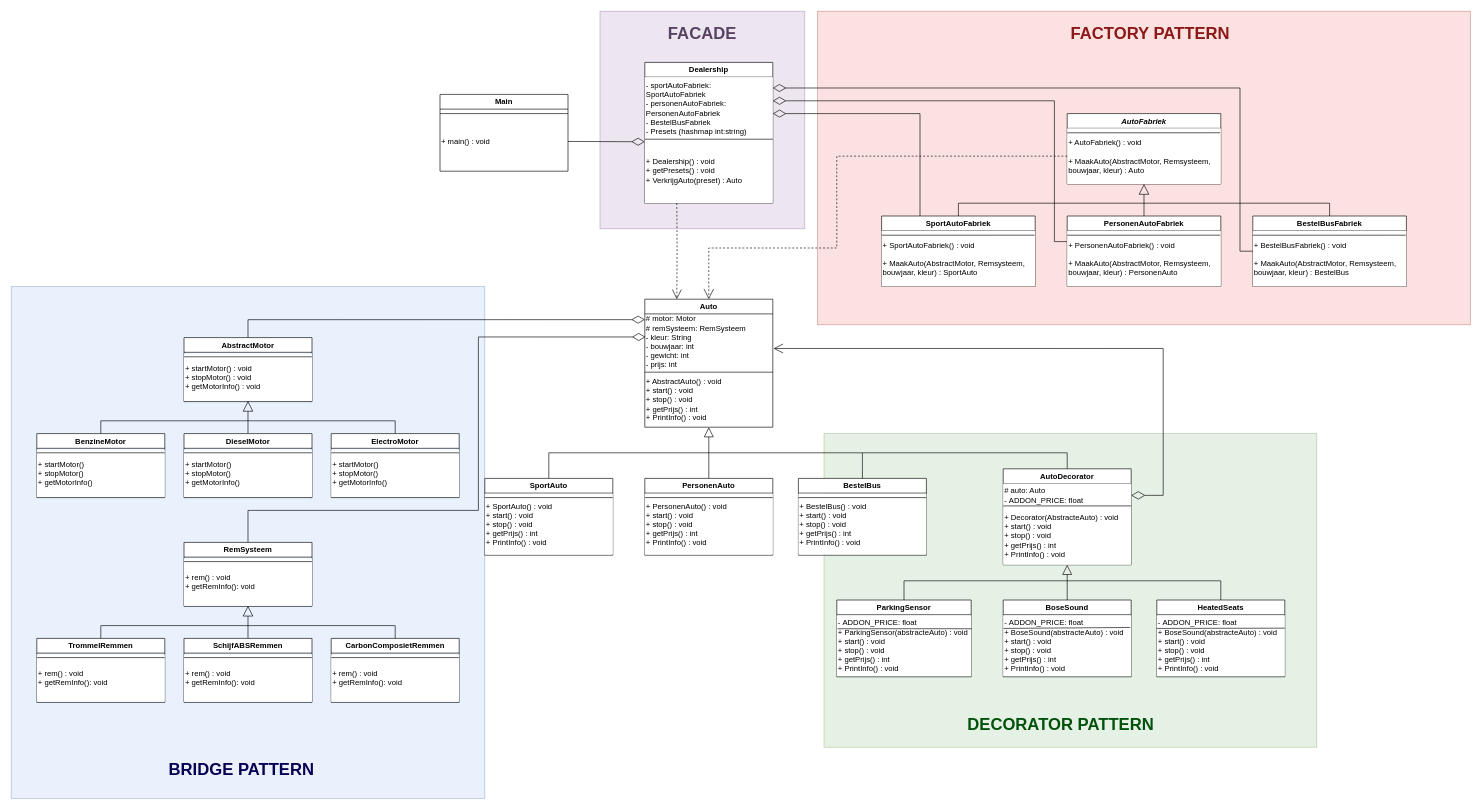
This is final_uml.drawio from Elipam/Design-patterns, a draw.io file, before an edit. Source tidied: cells renumbered, new cells numbered last; positions are measured from the earlier drawing's top-left corner, leaving out a move shared by most shapes. Both pictures are drawn from the tidied source at 64%, with x=0, y=0 at pixel (11, 11).
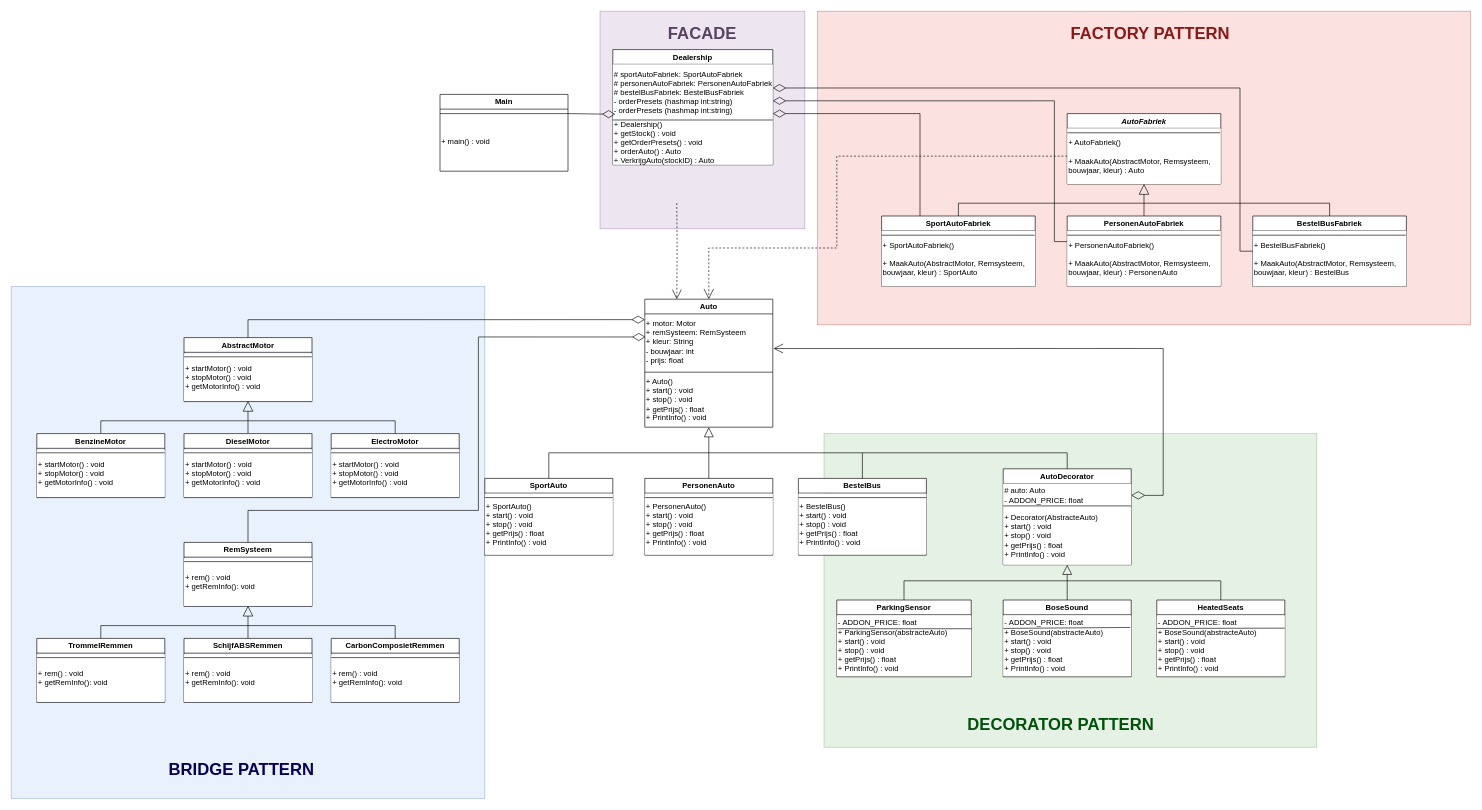
Above is the later version.

Commit message (it also covers changes not shown here):
nieuw diagram met correcte types, methodes en access modifiers

Unchanged cells that the change refers to:
```xml
<mxCell id="6" value="Auto" style="swimlane;whiteSpace=wrap;html=1;" parent="1" vertex="1">
  <mxGeometry x="990" y="450" width="200" height="200" as="geometry" />
</mxCell>
<mxCell id="10" value="BestelBus" style="swimlane;whiteSpace=wrap;html=1;fillColor=default;" parent="1" vertex="1">
  <mxGeometry x="1230" y="730" width="200" height="120" as="geometry" />
</mxCell>
<mxCell id="14" value="SportAuto" style="swimlane;whiteSpace=wrap;html=1;" parent="1" vertex="1">
  <mxGeometry x="740" y="730" width="200" height="120" as="geometry" />
</mxCell>
<mxCell id="18" value="PersonenAuto" style="swimlane;whiteSpace=wrap;html=1;" parent="1" vertex="1">
  <mxGeometry x="990" y="730" width="200" height="120" as="geometry" />
</mxCell>
<mxCell id="21" value="AutoDecorator" style="swimlane;whiteSpace=wrap;html=1;" parent="1" vertex="1">
  <mxGeometry x="1550" y="715" width="200" height="150" as="geometry" />
</mxCell>
<mxCell id="27" value="BoseSound" style="swimlane;whiteSpace=wrap;html=1;" parent="1" vertex="1">
  <mxGeometry x="1550" y="920" width="200" height="120" as="geometry" />
</mxCell>
<mxCell id="30" value="HeatedSeats" style="swimlane;whiteSpace=wrap;html=1;fillColor=default;" parent="1" vertex="1">
  <mxGeometry x="1790" y="920" width="200" height="120" as="geometry" />
</mxCell>
<mxCell id="34" value="ParkingSensor" style="swimlane;whiteSpace=wrap;html=1;" parent="1" vertex="1">
  <mxGeometry x="1290" y="920" width="210" height="120" as="geometry" />
</mxCell>
<mxCell id="42" value="ElectroMotor" style="swimlane;whiteSpace=wrap;html=1;" parent="1" vertex="1">
  <mxGeometry x="500" y="660" width="200" height="100" as="geometry" />
</mxCell>
<mxCell id="46" value="DieselMotor" style="swimlane;whiteSpace=wrap;html=1;" parent="1" vertex="1">
  <mxGeometry x="270" y="660" width="200" height="100" as="geometry" />
</mxCell>
<mxCell id="50" value="BenzineMotor" style="swimlane;whiteSpace=wrap;html=1;" parent="1" vertex="1">
  <mxGeometry x="40" y="660" width="200" height="100" as="geometry" />
</mxCell>
<mxCell id="68" value="&lt;i&gt;AutoFabriek&lt;/i&gt;" style="swimlane;whiteSpace=wrap;html=1;" parent="1" vertex="1">
  <mxGeometry x="1650" y="160" width="240" height="110" as="geometry" />
</mxCell>
<mxCell id="72" value="SportAutoFabriek" style="swimlane;whiteSpace=wrap;html=1;" parent="1" vertex="1">
  <mxGeometry x="1360" y="320" width="240" height="110" as="geometry" />
</mxCell>
<mxCell id="76" value="PersonenAutoFabriek" style="swimlane;whiteSpace=wrap;html=1;" parent="1" vertex="1">
  <mxGeometry x="1650" y="320" width="240" height="110" as="geometry" />
</mxCell>
<mxCell id="79" value="BestelBusFabriek" style="swimlane;whiteSpace=wrap;html=1;" parent="1" vertex="1">
  <mxGeometry x="1940" y="320" width="240" height="110" as="geometry" />
</mxCell>
<mxCell id="89" value="&lt;div&gt;+ main() : void&lt;/div&gt;" style="text;html=1;align=left;verticalAlign=middle;whiteSpace=wrap;rounded=0;" parent="88" vertex="1">
  <mxGeometry y="30" width="200" height="87" as="geometry" />
</mxCell>
```

The edit, as a diff of the source:
```diff
@@
-    <mxCell id="7" value="# motor: Motor&lt;div&gt;# remSysteem: RemSysteem&lt;/div&gt;&lt;div&gt;- kleur: String&lt;/div&gt;&lt;div&gt;- bouwjaar: int&lt;/div&gt;&lt;div&gt;- gewicht: int&lt;/div&gt;&lt;div&gt;- prijs: int&lt;/div&gt;" style="text;html=1;align=left;verticalAlign=middle;whiteSpace=wrap;rounded=0;" parent="6" vertex="1">
+    <mxCell id="7" value="+ motor: Motor&lt;div&gt;+ remSysteem: RemSysteem&lt;/div&gt;&lt;div&gt;+ kleur: String&lt;/div&gt;&lt;div&gt;- bouwjaar: int&lt;/div&gt;&lt;div&gt;- prijs: float&lt;/div&gt;" style="text;html=1;align=left;verticalAlign=middle;whiteSpace=wrap;rounded=0;" parent="6" vertex="1">
       <mxGeometry y="23" width="200" height="87" as="geometry" />
     </mxCell>
-    <mxCell id="8" value="&lt;div&gt;+ AbstractAuto() : void&lt;/div&gt;+ start() : void&lt;div&gt;+ stop() : void&lt;/div&gt;&lt;div&gt;+ getPrijs() : int&lt;/div&gt;&lt;div&gt;+ PrintInfo() : void&lt;/div&gt;" style="text;html=1;align=left;verticalAlign=middle;whiteSpace=wrap;rounded=0;" parent="6" vertex="1">
+    <mxCell id="8" value="&lt;div&gt;+ Auto()&amp;nbsp;&lt;/div&gt;+ start() : void&lt;div&gt;+ stop() : void&lt;/div&gt;&lt;div&gt;+ getPrijs() : float&lt;/div&gt;&lt;div&gt;+ PrintInfo() : void&lt;/div&gt;" style="text;html=1;align=left;verticalAlign=middle;whiteSpace=wrap;rounded=0;" parent="6" vertex="1">
       <mxGeometry y="113" width="200" height="87" as="geometry" />
     </mxCell>
@@
-    <mxCell id="11" value="&lt;div&gt;+ BestelBus() : void&lt;/div&gt;+ start() : void&lt;div&gt;+ stop() : void&lt;/div&gt;&lt;div&gt;+ getPrijs() : int&lt;/div&gt;&lt;div&gt;+ PrintInfo() : void&lt;br&gt;&lt;/div&gt;" style="text;html=1;align=left;verticalAlign=middle;whiteSpace=wrap;rounded=0;fillColor=default;" parent="10" vertex="1">
+    <mxCell id="11" value="&lt;div&gt;+ BestelBus()&amp;nbsp;&lt;/div&gt;+ start() : void&lt;div&gt;+ stop() : void&lt;/div&gt;&lt;div&gt;+ getPrijs() :&amp;nbsp;&lt;span style=&quot;background-color: initial;&quot;&gt;float&lt;/span&gt;&lt;/div&gt;&lt;div&gt;+ PrintInfo() : void&lt;br&gt;&lt;/div&gt;" style="text;html=1;align=left;verticalAlign=middle;whiteSpace=wrap;rounded=0;fillColor=default;" parent="10" vertex="1">
       <mxGeometry y="24" width="200" height="95" as="geometry" />
     </mxCell>
@@
-    <mxCell id="15" value="&lt;div&gt;+ SportAuto() : void&lt;/div&gt;+ start() : void&lt;div&gt;+ stop() : void&lt;/div&gt;&lt;div&gt;+ getPrijs() : int&lt;/div&gt;&lt;div&gt;+ PrintInfo() : void&lt;br&gt;&lt;/div&gt;" style="text;html=1;align=left;verticalAlign=middle;whiteSpace=wrap;rounded=0;fillColor=default;" parent="14" vertex="1">
+    <mxCell id="15" value="&lt;div&gt;+ SportAuto()&amp;nbsp;&lt;/div&gt;+ start() : void&lt;div&gt;+ stop() : void&lt;/div&gt;&lt;div&gt;+ getPrijs() :&amp;nbsp;&lt;span style=&quot;background-color: initial;&quot;&gt;float&lt;/span&gt;&lt;/div&gt;&lt;div&gt;+ PrintInfo() : void&lt;br&gt;&lt;/div&gt;" style="text;html=1;align=left;verticalAlign=middle;whiteSpace=wrap;rounded=0;fillColor=default;" parent="14" vertex="1">
       <mxGeometry y="24" width="200" height="95" as="geometry" />
     </mxCell>
@@
-    <mxCell id="19" value="&lt;div&gt;+ PersonenAuto() : void&lt;/div&gt;+ start() : void&lt;div&gt;+ stop() : void&lt;/div&gt;&lt;div&gt;+ getPrijs() : int&lt;/div&gt;&lt;div&gt;+ PrintInfo() : void&lt;br&gt;&lt;/div&gt;" style="text;html=1;align=left;verticalAlign=middle;whiteSpace=wrap;rounded=0;fillColor=default;" parent="18" vertex="1">
+    <mxCell id="19" value="&lt;div&gt;+ PersonenAuto()&amp;nbsp;&lt;/div&gt;+ start() : void&lt;div&gt;+ stop() : void&lt;/div&gt;&lt;div&gt;+ getPrijs() : float&lt;/div&gt;&lt;div&gt;+ PrintInfo() : void&lt;br&gt;&lt;/div&gt;" style="text;html=1;align=left;verticalAlign=middle;whiteSpace=wrap;rounded=0;fillColor=default;" parent="18" vertex="1">
       <mxGeometry y="24" width="200" height="95" as="geometry" />
     </mxCell>
@@
-    <mxCell id="23" value="&lt;div&gt;+ Decorator(AbstracteAuto) : void&lt;/div&gt;+ start() : void&lt;div&gt;+ stop() : void&lt;/div&gt;&lt;div&gt;+ getPrijs() : int&lt;/div&gt;&lt;div&gt;+ PrintInfo() : void&lt;br&gt;&lt;/div&gt;" style="text;html=1;align=left;verticalAlign=middle;whiteSpace=wrap;rounded=0;fillColor=default;" parent="21" vertex="1">
+    <mxCell id="23" value="&lt;div&gt;+ Decorator(AbstracteAuto)&amp;nbsp;&lt;/div&gt;+ start() : void&lt;div&gt;+ stop() : void&lt;/div&gt;&lt;div&gt;+ getPrijs() : float&lt;/div&gt;&lt;div&gt;+ PrintInfo() : void&lt;br&gt;&lt;/div&gt;" style="text;html=1;align=left;verticalAlign=middle;whiteSpace=wrap;rounded=0;fillColor=default;" parent="21" vertex="1">
       <mxGeometry y="60" width="200" height="90" as="geometry" />
     </mxCell>
@@
-    <mxCell id="28" value="&lt;div&gt;&lt;div&gt;-&amp;nbsp;ADDON_PRICE: float&lt;/div&gt;&lt;/div&gt;&lt;div&gt;+ BoseSound(abstracteAuto) : void&lt;/div&gt;+ start() : void&lt;div&gt;+ stop() : void&lt;/div&gt;&lt;div&gt;+ getPrijs() : int&lt;/div&gt;&lt;div&gt;&lt;span style=&quot;background-color: initial;&quot;&gt;+ PrintInfo() : void&lt;/span&gt;&lt;br&gt;&lt;/div&gt;" style="text;html=1;align=left;verticalAlign=middle;whiteSpace=wrap;rounded=0;fillColor=default;" parent="27" vertex="1">
+    <mxCell id="28" value="&lt;div&gt;&lt;div&gt;-&amp;nbsp;ADDON_PRICE: float&lt;/div&gt;&lt;/div&gt;&lt;div&gt;+ BoseSound(abstracteAuto)&amp;nbsp;&lt;/div&gt;+ start() : void&lt;div&gt;+ stop() : void&lt;/div&gt;&lt;div&gt;+ getPrijs() : float&lt;/div&gt;&lt;div&gt;&lt;span style=&quot;background-color: initial;&quot;&gt;+ PrintInfo() : void&lt;/span&gt;&lt;br&gt;&lt;/div&gt;" style="text;html=1;align=left;verticalAlign=middle;whiteSpace=wrap;rounded=0;fillColor=default;" parent="27" vertex="1">
       <mxGeometry y="24" width="200" height="95" as="geometry" />
     </mxCell>
@@
-    <mxCell id="31" value="&lt;div&gt;&lt;div&gt;-&amp;nbsp;ADDON_PRICE: float&lt;/div&gt;&lt;/div&gt;&lt;div&gt;+ BoseSound(abstracteAuto) : void&lt;/div&gt;+ start() : void&lt;div&gt;+ stop() : void&lt;/div&gt;&lt;div&gt;+ getPrijs() : int&lt;/div&gt;&lt;div&gt;&lt;span style=&quot;background-color: initial;&quot;&gt;+ PrintInfo() : void&lt;/span&gt;&lt;br&gt;&lt;/div&gt;" style="text;html=1;align=left;verticalAlign=middle;whiteSpace=wrap;rounded=0;fillColor=default;imageWidth=31;" parent="30" vertex="1">
+    <mxCell id="31" value="&lt;div&gt;&lt;div&gt;-&amp;nbsp;ADDON_PRICE: float&lt;/div&gt;&lt;/div&gt;&lt;div&gt;+ BoseSound(abstracteAuto)&lt;/div&gt;+ start() : void&lt;div&gt;+ stop() : void&lt;/div&gt;&lt;div&gt;+ getPrijs() : float&lt;/div&gt;&lt;div&gt;&lt;span style=&quot;background-color: initial;&quot;&gt;+ PrintInfo() : void&lt;/span&gt;&lt;br&gt;&lt;/div&gt;" style="text;html=1;align=left;verticalAlign=middle;whiteSpace=wrap;rounded=0;fillColor=default;imageWidth=31;" parent="30" vertex="1">
       <mxGeometry y="24" width="200" height="95" as="geometry" />
     </mxCell>
@@
-    <mxCell id="35" value="&lt;div&gt;-&amp;nbsp;ADDON_PRICE: float&lt;/div&gt;&lt;div&gt;+ ParkingSensor(abstracteAuto) : void&lt;/div&gt;+ start() : void&lt;div&gt;+ stop() : void&lt;/div&gt;&lt;div&gt;+ getPrijs() : int&lt;/div&gt;&lt;div&gt;&lt;span style=&quot;background-color: initial;&quot;&gt;+ PrintInfo() : void&lt;/span&gt;&lt;br&gt;&lt;/div&gt;" style="text;html=1;align=left;verticalAlign=middle;whiteSpace=wrap;rounded=0;fillColor=default;" parent="34" vertex="1">
+    <mxCell id="35" value="&lt;div&gt;-&amp;nbsp;ADDON_PRICE: float&lt;/div&gt;&lt;div&gt;+ ParkingSensor(abstracteAuto)&amp;nbsp;&lt;/div&gt;+ start() : void&lt;div&gt;+ stop() : void&lt;/div&gt;&lt;div&gt;+ getPrijs() : float&lt;/div&gt;&lt;div&gt;&lt;span style=&quot;background-color: initial;&quot;&gt;+ PrintInfo() : void&lt;/span&gt;&lt;br&gt;&lt;/div&gt;" style="text;html=1;align=left;verticalAlign=middle;whiteSpace=wrap;rounded=0;fillColor=default;" parent="34" vertex="1">
       <mxGeometry y="24" width="210" height="95" as="geometry" />
     </mxCell>
@@
-    <mxCell id="43" value="&lt;div&gt;+ startMotor()&lt;/div&gt;&lt;div&gt;+ stopMotor()&lt;/div&gt;&lt;div&gt;+ getMotorInfo()&lt;/div&gt;" style="text;html=1;align=left;verticalAlign=middle;whiteSpace=wrap;rounded=0;fillColor=default;" parent="42" vertex="1">
+    <mxCell id="43" value="&lt;div&gt;+ startMotor()&lt;span style=&quot;background-color: initial;&quot;&gt;&amp;nbsp;&lt;/span&gt;&lt;span style=&quot;background-color: initial;&quot;&gt;: void&lt;/span&gt;&lt;/div&gt;&lt;div&gt;+ stopMotor()&lt;span style=&quot;background-color: initial;&quot;&gt;&amp;nbsp;&lt;/span&gt;&lt;span style=&quot;background-color: initial;&quot;&gt;: void&lt;/span&gt;&lt;/div&gt;&lt;div&gt;+ getMotorInfo()&lt;span style=&quot;background-color: initial;&quot;&gt;&amp;nbsp;&lt;/span&gt;&lt;span style=&quot;background-color: initial;&quot;&gt;: void&lt;/span&gt;&lt;/div&gt;" style="text;html=1;align=left;verticalAlign=middle;whiteSpace=wrap;rounded=0;fillColor=default;" parent="42" vertex="1">
       <mxGeometry y="25" width="200" height="74" as="geometry" />
     </mxCell>
@@
-    <mxCell id="47" value="&lt;div&gt;+ startMotor()&lt;/div&gt;&lt;div&gt;+ stopMotor()&lt;/div&gt;&lt;div&gt;+ getMotorInfo()&lt;/div&gt;" style="text;html=1;align=left;verticalAlign=middle;whiteSpace=wrap;rounded=0;fillColor=default;" parent="46" vertex="1">
+    <mxCell id="47" value="&lt;div&gt;+ startMotor()&lt;span style=&quot;background-color: initial;&quot;&gt;&amp;nbsp;&lt;/span&gt;&lt;span style=&quot;background-color: initial;&quot;&gt;: void&lt;/span&gt;&lt;/div&gt;&lt;div&gt;+ stopMotor()&lt;span style=&quot;background-color: initial;&quot;&gt;&amp;nbsp;&lt;/span&gt;&lt;span style=&quot;background-color: initial;&quot;&gt;: void&lt;/span&gt;&lt;/div&gt;&lt;div&gt;+ getMotorInfo()&lt;span style=&quot;background-color: initial;&quot;&gt;&amp;nbsp;&lt;/span&gt;&lt;span style=&quot;background-color: initial;&quot;&gt;: void&lt;/span&gt;&lt;/div&gt;" style="text;html=1;align=left;verticalAlign=middle;whiteSpace=wrap;rounded=0;fillColor=default;" parent="46" vertex="1">
       <mxGeometry y="25" width="200" height="74" as="geometry" />
     </mxCell>
@@
-    <mxCell id="51" value="&lt;div&gt;+ startMotor()&lt;/div&gt;&lt;div&gt;+ stopMotor()&lt;/div&gt;&lt;div&gt;+ getMotorInfo()&lt;/div&gt;" style="text;html=1;align=left;verticalAlign=middle;whiteSpace=wrap;rounded=0;fillColor=default;" parent="50" vertex="1">
+    <mxCell id="51" value="&lt;div&gt;+ startMotor() : void&lt;/div&gt;&lt;div&gt;+ stopMotor()&lt;span style=&quot;background-color: initial;&quot;&gt;&amp;nbsp;&lt;/span&gt;&lt;span style=&quot;background-color: initial;&quot;&gt;: void&lt;/span&gt;&lt;/div&gt;&lt;div&gt;+ getMotorInfo()&lt;span style=&quot;background-color: initial;&quot;&gt;&amp;nbsp;&lt;/span&gt;&lt;span style=&quot;background-color: initial;&quot;&gt;: void&lt;/span&gt;&lt;/div&gt;" style="text;html=1;align=left;verticalAlign=middle;whiteSpace=wrap;rounded=0;fillColor=default;" parent="50" vertex="1">
       <mxGeometry y="25" width="200" height="74" as="geometry" />
     </mxCell>
@@
-    <mxCell id="69" value="&lt;div&gt;+ AutoFabriek() : void&lt;/div&gt;&lt;div&gt;&lt;br&gt;&lt;/div&gt;&lt;div&gt;+ MaakAuto(AbstractMotor, Remsysteem, bouwjaar, kleur) : Auto&lt;/div&gt;" style="text;html=1;align=left;verticalAlign=middle;whiteSpace=wrap;rounded=0;fillColor=default;" parent="68" vertex="1">
+    <mxCell id="69" value="&lt;div&gt;+ AutoFabriek()&amp;nbsp;&lt;/div&gt;&lt;div&gt;&lt;br&gt;&lt;/div&gt;&lt;div&gt;+ MaakAuto(AbstractMotor, Remsysteem, bouwjaar, kleur) : Auto&lt;/div&gt;" style="text;html=1;align=left;verticalAlign=middle;whiteSpace=wrap;rounded=0;fillColor=default;" parent="68" vertex="1">
       <mxGeometry y="23" width="240" height="87" as="geometry" />
     </mxCell>
@@
-    <mxCell id="73" value="&lt;div&gt;+ SportAutoFabriek() : void&lt;/div&gt;&lt;div&gt;&lt;br&gt;&lt;/div&gt;&lt;div&gt;+ MaakAuto(AbstractMotor, Remsysteem, bouwjaar, kleur) : SportAuto&lt;/div&gt;" style="text;html=1;align=left;verticalAlign=middle;whiteSpace=wrap;rounded=0;fillColor=default;" parent="72" vertex="1">
+    <mxCell id="73" value="&lt;div&gt;+ SportAutoFabriek()&amp;nbsp;&lt;/div&gt;&lt;div&gt;&lt;br&gt;&lt;/div&gt;&lt;div&gt;+ MaakAuto(AbstractMotor, Remsysteem, bouwjaar, kleur) : SportAuto&lt;/div&gt;" style="text;html=1;align=left;verticalAlign=middle;whiteSpace=wrap;rounded=0;fillColor=default;" parent="72" vertex="1">
       <mxGeometry y="23" width="240" height="87" as="geometry" />
     </mxCell>
@@
-    <mxCell id="77" value="&lt;div&gt;+ PersonenAutoFabriek() : void&lt;/div&gt;&lt;div&gt;&lt;br&gt;&lt;/div&gt;&lt;div&gt;+ MaakAuto(AbstractMotor, Remsysteem, bouwjaar, kleur) : PersonenAuto&lt;/div&gt;" style="text;html=1;align=left;verticalAlign=middle;whiteSpace=wrap;rounded=0;fillColor=default;" parent="76" vertex="1">
+    <mxCell id="77" value="&lt;div&gt;+ PersonenAutoFabriek()&amp;nbsp;&lt;/div&gt;&lt;div&gt;&lt;br&gt;&lt;/div&gt;&lt;div&gt;+ MaakAuto(AbstractMotor, Remsysteem, bouwjaar, kleur) : PersonenAuto&lt;/div&gt;" style="text;html=1;align=left;verticalAlign=middle;whiteSpace=wrap;rounded=0;fillColor=default;" parent="76" vertex="1">
       <mxGeometry y="23" width="240" height="87" as="geometry" />
     </mxCell>
@@
-    <mxCell id="80" value="&lt;div&gt;+ BestelBusFabriek() : void&lt;/div&gt;&lt;div&gt;&lt;br&gt;&lt;/div&gt;&lt;div&gt;+ MaakAuto(AbstractMotor, Remsysteem, bouwjaar, kleur) : BestelBus&lt;/div&gt;" style="text;html=1;align=left;verticalAlign=middle;whiteSpace=wrap;rounded=0;fillColor=default;" parent="79" vertex="1">
+    <mxCell id="80" value="&lt;div&gt;+ BestelBusFabriek()&amp;nbsp;&lt;/div&gt;&lt;div&gt;&lt;br&gt;&lt;/div&gt;&lt;div&gt;+ MaakAuto(AbstractMotor, Remsysteem, bouwjaar, kleur) : BestelBus&lt;/div&gt;" style="text;html=1;align=left;verticalAlign=middle;whiteSpace=wrap;rounded=0;fillColor=default;" parent="79" vertex="1">
       <mxGeometry y="23" width="240" height="87" as="geometry" />
     </mxCell>
@@
     <mxCell id="83" value="Dealership" style="swimlane;whiteSpace=wrap;html=1;fillColor=default;" parent="1" vertex="1">
-      <mxGeometry x="990" y="80" width="200" height="220" as="geometry" />
+      <mxGeometry x="940" y="60" width="250" height="180" as="geometry" />
     </mxCell>
-    <mxCell id="84" value="- sportAutoFabriek: SportAutoFabriek&lt;div&gt;- personenAutoFabriek: PersonenAutoFabriek&lt;/div&gt;&lt;div&gt;- BestelBusFabriek&lt;/div&gt;&lt;div&gt;- Presets (hashmap int:string)&lt;/div&gt;" style="text;html=1;align=left;verticalAlign=middle;whiteSpace=wrap;rounded=0;fillColor=default;" parent="83" vertex="1">
-      <mxGeometry y="23" width="200" height="97" as="geometry" />
+    <mxCell id="84" value="&lt;div&gt;&lt;br&gt;&lt;/div&gt;# sportAutoFabriek: SportAutoFabriek&lt;div&gt;# personenAutoFabriek: PersonenAutoFabriek&lt;/div&gt;&lt;div&gt;# bestelBusFabriek: BestelBusFabriek&lt;/div&gt;&lt;div&gt;- orderPresets (hashmap int:string)&lt;/div&gt;&lt;div&gt;- orderPresets (hashmap int:string)&lt;br&gt;&lt;/div&gt;&lt;div&gt;&lt;br&gt;&lt;/div&gt;" style="text;html=1;align=left;verticalAlign=middle;whiteSpace=wrap;rounded=0;fillColor=default;" parent="83" vertex="1">
+      <mxGeometry y="23" width="250" height="87" as="geometry" />
     </mxCell>
-    <mxCell id="85" value="&lt;div&gt;+ Dealership() : void&lt;/div&gt;&lt;div&gt;+ getPresets() : void&lt;/div&gt;&lt;div&gt;+ VerkrijgAuto(preset) : Auto&amp;nbsp;&lt;/div&gt;" style="text;html=1;align=left;verticalAlign=middle;whiteSpace=wrap;rounded=0;fillColor=default;" parent="83" vertex="1">
-      <mxGeometry y="120" width="200" height="100" as="geometry" />
+    <mxCell id="85" value="&lt;div&gt;+ Dealership()&amp;nbsp;&lt;/div&gt;&lt;div&gt;+&amp;nbsp;getStock() : void&lt;/div&gt;&lt;div&gt;+ getOrderPresets() : void&lt;/div&gt;&lt;div&gt;+&amp;nbsp;orderAuto() : Auto&lt;/div&gt;&lt;div&gt;+ VerkrijgAuto(stockID) : Auto&amp;nbsp;&lt;/div&gt;" style="text;html=1;align=left;verticalAlign=middle;whiteSpace=wrap;rounded=0;fillColor=default;" parent="83" vertex="1">
+      <mxGeometry y="110" width="250" height="70" as="geometry" />
     </mxCell>
-    <mxCell id="86" style="endArrow=none;html=1;rounded=0;exitX=0;exitY=0.75;exitDx=0;exitDy=0;entryX=1;entryY=0.75;entryDx=0;entryDy=0;" parent="83" edge="1">
-      <mxGeometry relative="1" as="geometry">
-        <mxPoint y="120" as="sourcePoint" />
-        <mxPoint x="200" y="120" as="targetPoint" />
-      </mxGeometry>
+    <mxCell id="86" style="endArrow=none;html=1;rounded=0;exitX=0;exitY=0;exitDx=0;exitDy=0;entryX=1;entryY=0;entryDx=0;entryDy=0;" parent="83" edge="1" source="85" target="85">
+      <mxGeometry relative="1" as="geometry" />
     </mxCell>
@@
-    <mxCell id="97" style="endArrow=diamondThin;html=1;rounded=0;exitX=1;exitY=0.5;exitDx=0;exitDy=0;endFill=0;endSize=18;" parent="1" edge="1" source="89">
-      <mxGeometry relative="1" as="geometry">
-        <mxPoint x="990" y="204" as="targetPoint" />
-      </mxGeometry>
+    <mxCell id="97" style="endArrow=diamondThin;html=1;rounded=0;exitX=1;exitY=0;exitDx=0;exitDy=0;endFill=0;endSize=18;entryX=0.016;entryY=0.897;entryDx=0;entryDy=0;entryPerimeter=0;" parent="1" edge="1" source="89" target="84">
+      <mxGeometry relative="1" as="geometry" />
     </mxCell>
```
